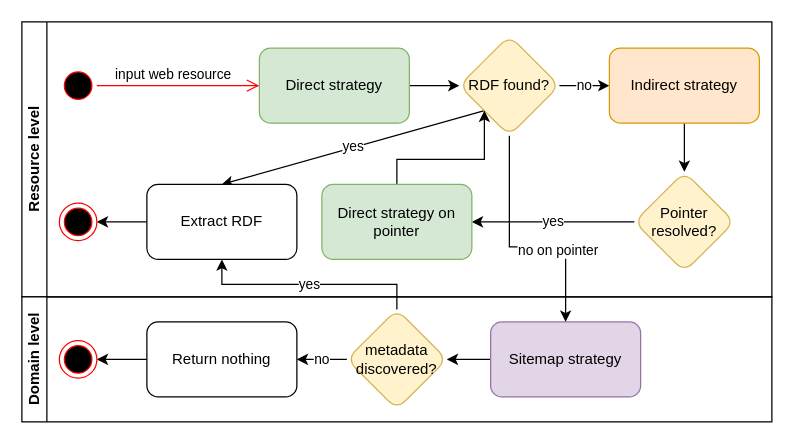
cedricdcc/papers keeps this draw.io diagram as page "overview" (1 of 2) of papers/wrx/wrx.drawio. Above is the earlier version. Source tidied: cells renumbered, new cells numbered last; positions are measured from the earlier drawing's top-left corner, leaving out a move shared by most shapes. Both pictures are drawn from the tidied source at 125%, with x=0, y=0 at pixel (21, 21).
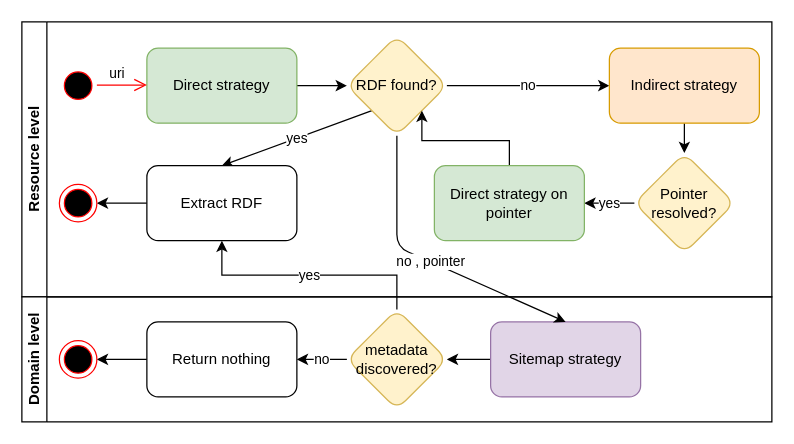
The same diagram, later.

Unchanged cells that the change refers to:
```xml
<mxCell id="2" value="Resource level" style="swimlane;horizontal=0;whiteSpace=wrap;html=1;startSize=20;" parent="1" vertex="1">
  <mxGeometry width="600" height="220" as="geometry" />
</mxCell>
<mxCell id="17" style="ellipse;html=1;shape=startState;fillColor=#000000;strokeColor=#ff0000;" parent="2" vertex="1">
  <mxGeometry x="30" y="36" width="30" height="30" as="geometry" />
</mxCell>
<mxCell id="22" value="Sitemap strategy" style="rounded=1;whiteSpace=wrap;html=1;fillColor=#e1d5e7;strokeColor=#9673a6;" parent="20" vertex="1">
  <mxGeometry x="375" y="20" width="120" height="60" as="geometry" />
</mxCell>
<mxCell id="24" value="metadata discovered?" style="rhombus;whiteSpace=wrap;html=1;fillColor=#fff2cc;strokeColor=#d6b656;rounded=1;" parent="20" vertex="1">
  <mxGeometry x="260" y="10" width="80" height="80" as="geometry" />
</mxCell>
```

Diff of the diagram source:
```diff
@@
     <mxCell id="4" value="Direct strategy" style="rounded=1;whiteSpace=wrap;html=1;fillColor=#d5e8d4;strokeColor=#82b366;" parent="2" vertex="1">
-      <mxGeometry x="190" y="21" width="120" height="60" as="geometry" />
+      <mxGeometry x="100" y="21" width="120" height="60" as="geometry" />
     </mxCell>
@@
     <mxCell id="7" value="RDF found?" style="rhombus;whiteSpace=wrap;html=1;rounded=1;fillColor=#fff2cc;strokeColor=#d6b656;" parent="2" vertex="1">
-      <mxGeometry x="350" y="11" width="80" height="80" as="geometry" />
+      <mxGeometry x="260" y="11" width="80" height="80" as="geometry" />
     </mxCell>
@@
     <mxCell id="11" value="Pointer resolved?" style="rhombus;whiteSpace=wrap;html=1;rounded=1;fillColor=#fff2cc;strokeColor=#d6b656;" parent="2" vertex="1">
-      <mxGeometry x="490" y="120" width="80" height="80" as="geometry" />
+      <mxGeometry x="490" y="105" width="80" height="80" as="geometry" />
     </mxCell>
@@
     <mxCell id="13" value="Extract RDF" style="whiteSpace=wrap;html=1;rounded=1;" parent="2" vertex="1">
-      <mxGeometry x="100" y="130" width="120" height="60" as="geometry" />
+      <mxGeometry x="100" y="115" width="120" height="60" as="geometry" />
     </mxCell>
-    <mxCell id="14" style="edgeStyle=orthogonalEdgeStyle;rounded=0;jettySize=auto;html=1;entryX=0;entryY=1;entryDx=0;entryDy=0;" parent="2" edge="1" source="15" target="7">
+    <mxCell id="14" style="edgeStyle=orthogonalEdgeStyle;rounded=0;jettySize=auto;html=1;entryX=1;entryY=1;entryDx=0;entryDy=0;" parent="2" edge="1" source="15" target="7">
       <mxGeometry relative="1" as="geometry" />
     </mxCell>
     <mxCell id="15" value="Direct strategy on pointer" style="rounded=1;whiteSpace=wrap;html=1;fillColor=#d5e8d4;strokeColor=#82b366;" parent="2" vertex="1">
-      <mxGeometry x="240" y="130" width="120" height="60" as="geometry" />
+      <mxGeometry x="330" y="115" width="120" height="60" as="geometry" />
     </mxCell>
     <mxCell id="16" style="ellipse;html=1;shape=endState;fillColor=#000000;strokeColor=#ff0000;" parent="2" vertex="1">
-      <mxGeometry x="30" y="145" width="30" height="30" as="geometry" />
+      <mxGeometry x="30" y="130" width="30" height="30" as="geometry" />
     </mxCell>
@@
-    <mxCell id="18" style="edgeStyle=orthogonalEdgeStyle;html=1;verticalAlign=bottom;endArrow=open;endSize=8;strokeColor=#ff0000;rounded=0;entryX=0;entryY=0.5;entryDx=0;entryDy=0;" parent="2" edge="1" source="17" target="4">
-      <mxGeometry relative="1" as="geometry" />
+    <mxCell id="18" style="edgeStyle=orthogonalEdgeStyle;html=1;verticalAlign=bottom;endArrow=open;endSize=8;strokeColor=#ff0000;rounded=0;entryX=0;entryY=0.5;entryDx=0;entryDy=0;" parent="2" edge="1">
+      <mxGeometry relative="1" as="geometry">
+        <mxPoint x="60" y="50.5" as="sourcePoint" />
+        <mxPoint x="100" y="50.5" as="targetPoint" />
+      </mxGeometry>
     </mxCell>
-    <mxCell id="19" value="input web resource" style="edgeLabel;html=1;align=center;verticalAlign=middle;" parent="18" vertex="1">
+    <mxCell id="19" value="uri" style="edgeLabel;html=1;align=center;verticalAlign=middle;" parent="18" vertex="1">
       <mxGeometry y="-4" relative="1" as="geometry">
         <mxPoint x="-5" y="-14" as="offset" />
       </mxGeometry>
     </mxCell>
@@
+    <mxCell id="30" value="yes" style="edgeStyle=orthogonalEdgeStyle;rounded=0;jettySize=auto;html=1;exitX=0.5;exitY=0;exitDx=0;exitDy=0;" parent="1" edge="1" source="24" target="13">
+      <mxGeometry relative="1" as="geometry" />
+    </mxCell>
-    <mxCell id="28" style="edgeStyle=orthogonalEdgeStyle;rounded=0;jettySize=auto;html=1;entryX=0.5;entryY=0;entryDx=0;entryDy=0;" parent="1" edge="1" source="7" target="22">
+    <mxCell id="28" value="no , pointer" style="edgeStyle=none;html=1;entryX=0.5;entryY=0;entryDx=0;entryDy=0;" parent="1" edge="1" source="7" target="22">
       <mxGeometry relative="1" as="geometry">
         <Array as="points">
-          <mxPoint x="390" y="180" />
-          <mxPoint x="435" y="180" />
+          <mxPoint x="300" y="180" />
         </Array>
       </mxGeometry>
     </mxCell>
-    <mxCell id="29" value="no on pointer" style="edgeLabel;html=1;align=center;verticalAlign=middle;" parent="28" vertex="1">
-      <mxGeometry x="0.19" y="-2" relative="1" as="geometry">
-        <mxPoint x="12" as="offset" />
-      </mxGeometry>
-    </mxCell>
-    <mxCell id="30" value="yes" style="edgeStyle=orthogonalEdgeStyle;rounded=0;jettySize=auto;html=1;exitX=0.5;exitY=0;exitDx=0;exitDy=0;" parent="1" edge="1" source="24" target="13">
-      <mxGeometry relative="1" as="geometry" />
-    </mxCell>
```
